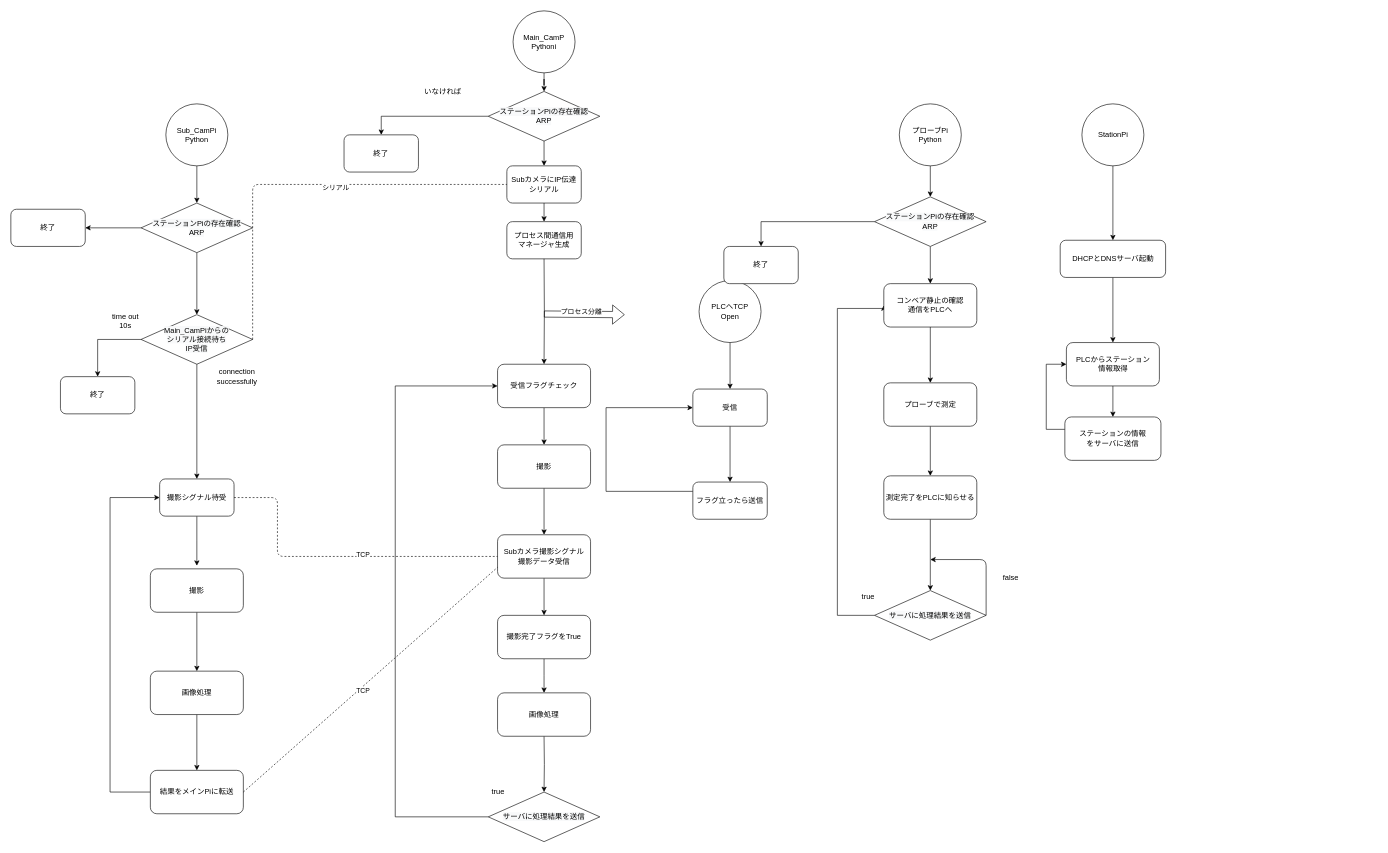
chekke1999/kaihatukadai keeps this draw.io diagram as 設計/フローチャート.drawio. Above is the earlier version. Source tidied: cells renumbered, new cells numbered last; positions are measured from the earlier drawing's top-left corner, leaving out a move shared by most shapes. Both pictures are drawn from the tidied source at 62%, with x=0, y=0 at pixel (11, 11).
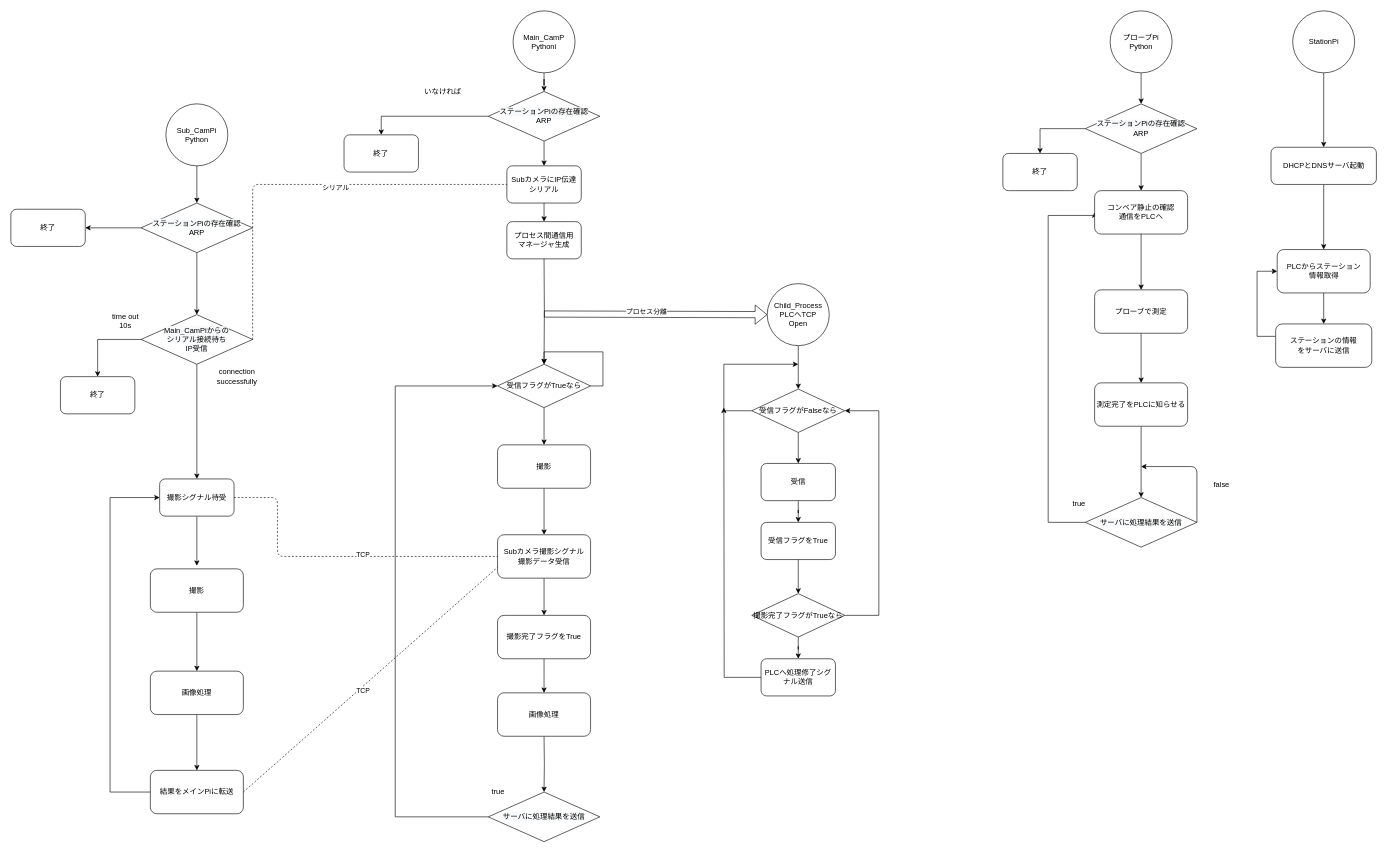
The same diagram, later.

Commit message (it also covers changes not shown here):
フローチャート.drawio を更新します

The change refers to these unchanged cells:
```xml
<mxCell id="6" value="&lt;span style=&quot;color: rgb(0 , 0 , 0) ; font-family: &amp;#34;helvetica&amp;#34; ; font-size: 12px ; font-style: normal ; font-weight: 400 ; letter-spacing: normal ; text-align: center ; text-indent: 0px ; text-transform: none ; word-spacing: 0px ; background-color: rgb(248 , 249 , 250) ; display: inline ; float: none&quot;&gt;サーバに処理結果を送信&lt;br&gt;&lt;/span&gt;" style="rhombus;whiteSpace=wrap;html=1;" parent="1" vertex="1">
  <mxGeometry x="770" y="1260" width="180" height="80" as="geometry" />
</mxCell>
<mxCell id="11" value="撮影" style="rounded=1;whiteSpace=wrap;html=1;" parent="1" vertex="1">
  <mxGeometry x="785" y="700" width="150" height="70" as="geometry" />
</mxCell>
```

Diff of the diagram source:
```diff
@@
-    <mxCell id="5" style="edgeStyle=orthogonalEdgeStyle;rounded=0;jettySize=auto;html=1;entryX=0;entryY=0.5;entryDx=0;entryDy=0;" parent="1" edge="1" source="6" target="9">
+    <mxCell id="5" style="edgeStyle=orthogonalEdgeStyle;rounded=0;jettySize=auto;html=1;entryX=0;entryY=0.5;entryDx=0;entryDy=0;" parent="1" edge="1" source="6" target="90">
       <mxGeometry relative="1" as="geometry">
         <Array as="points">
           <mxPoint x="620" y="1300" />
           <mxPoint x="620" y="605" />
         </Array>
       </mxGeometry>
     </mxCell>
@@
-    <mxCell id="8" style="edgeStyle=orthogonalEdgeStyle;rounded=0;jettySize=auto;html=1;entryX=0.5;entryY=0;entryDx=0;entryDy=0;" parent="1" edge="1" source="9" target="11">
+    <mxCell id="8" style="edgeStyle=orthogonalEdgeStyle;rounded=0;jettySize=auto;html=1;entryX=0.5;entryY=0;entryDx=0;entryDy=0;exitX=0.5;exitY=1;exitDx=0;exitDy=0;" parent="1" edge="1" source="90" target="11">
       <mxGeometry relative="1" as="geometry" />
     </mxCell>
-    <mxCell id="9" value="&lt;span style=&quot;font-family: &amp;#34;helvetica&amp;#34;&quot;&gt;受信フラグチェック&lt;br&gt;&lt;/span&gt;" style="rounded=1;whiteSpace=wrap;html=1;" parent="1" vertex="1">
-      <mxGeometry x="785" y="570" width="150" height="70" as="geometry" />
-    </mxCell>
@@
     <mxCell id="13" value="プローブPi&lt;br&gt;Python" style="ellipse;whiteSpace=wrap;html=1;" parent="1" vertex="1">
-      <mxGeometry x="1433" y="150" width="100" height="100" as="geometry" />
+      <mxGeometry x="1773" width="100" height="100" as="geometry" />
     </mxCell>
@@
     <mxCell id="16" value="プローブで測定" style="rounded=1;whiteSpace=wrap;html=1;" parent="1" vertex="1">
-      <mxGeometry x="1408" y="600" width="150" height="70" as="geometry" />
+      <mxGeometry x="1748" y="450" width="150" height="70" as="geometry" />
     </mxCell>
     <mxCell id="17" style="edgeStyle=orthogonalEdgeStyle;rounded=0;jettySize=auto;html=1;entryX=0;entryY=0.5;entryDx=0;entryDy=0;" parent="1" edge="1" source="18" target="22">
       <mxGeometry relative="1" as="geometry">
         <Array as="points">
-          <mxPoint x="1333.1" y="975" />
-          <mxPoint x="1333.1" y="480" />
-          <mxPoint x="1408.1" y="480" />
+          <mxPoint x="1673.1" y="825" />
+          <mxPoint x="1673.1" y="330" />
+          <mxPoint x="1748.1" y="330" />
         </Array>
       </mxGeometry>
     </mxCell>
     <mxCell id="18" value="&lt;span style=&quot;color: rgb(0 , 0 , 0) ; font-family: &amp;#34;helvetica&amp;#34; ; font-size: 12px ; font-style: normal ; font-weight: 400 ; letter-spacing: normal ; text-align: center ; text-indent: 0px ; text-transform: none ; word-spacing: 0px ; background-color: rgb(248 , 249 , 250) ; display: inline ; float: none&quot;&gt;サーバに処理結果を送信&lt;br&gt;&lt;/span&gt;" style="rhombus;whiteSpace=wrap;html=1;" parent="1" vertex="1">
-      <mxGeometry x="1393" y="935" width="180" height="80" as="geometry" />
+      <mxGeometry x="1733" y="785" width="180" height="80" as="geometry" />
     </mxCell>
     <mxCell id="19" value="true" style="text;html=1;strokeColor=none;fillColor=none;align=center;verticalAlign=middle;whiteSpace=wrap;rounded=0;" parent="1" vertex="1">
-      <mxGeometry x="1363" y="935" width="40" height="20" as="geometry" />
+      <mxGeometry x="1703" y="785" width="40" height="20" as="geometry" />
     </mxCell>
     <mxCell id="20" style="endArrow=classic;html=1;" parent="1" edge="1">
       <mxGeometry relative="1" as="geometry">
-        <mxPoint x="1573" y="975" as="sourcePoint" />
-        <mxPoint x="1483" y="885" as="targetPoint" />
+        <mxPoint x="1913" y="825" as="sourcePoint" />
+        <mxPoint x="1823" y="735" as="targetPoint" />
         <Array as="points">
-          <mxPoint x="1573" y="885" />
+          <mxPoint x="1913" y="735" />
         </Array>
       </mxGeometry>
     </mxCell>
     <mxCell id="21" value="false" style="text;html=1;strokeColor=none;fillColor=none;align=center;verticalAlign=middle;whiteSpace=wrap;rounded=0;" parent="1" vertex="1">
-      <mxGeometry x="1593" y="905" width="40" height="20" as="geometry" />
+      <mxGeometry x="1933" y="755" width="40" height="20" as="geometry" />
     </mxCell>
     <mxCell id="22" value="&lt;span style=&quot;font-family: &amp;#34;helvetica&amp;#34;&quot;&gt;コンベア静止の確認&lt;/span&gt;&lt;br style=&quot;font-family: &amp;#34;helvetica&amp;#34;&quot;&gt;&lt;span style=&quot;font-family: &amp;#34;helvetica&amp;#34;&quot;&gt;通信をPLCへ&lt;/span&gt;" style="rounded=1;whiteSpace=wrap;html=1;" parent="1" vertex="1">
-      <mxGeometry x="1408" y="440" width="150" height="70" as="geometry" />
+      <mxGeometry x="1748" y="290" width="150" height="70" as="geometry" />
     </mxCell>
@@
     <mxCell id="24" value="測定完了をPLCに知らせる" style="rounded=1;whiteSpace=wrap;html=1;" parent="1" vertex="1">
-      <mxGeometry x="1408" y="750" width="150" height="70" as="geometry" />
+      <mxGeometry x="1748" y="600" width="150" height="70" as="geometry" />
     </mxCell>
-    <mxCell id="25" style="edgeStyle=orthogonalEdgeStyle;rounded=0;jettySize=auto;html=1;" parent="1" edge="1" source="26" target="32">
-      <mxGeometry relative="1" as="geometry" />
-    </mxCell>
+    <mxCell id="85" style="edgeStyle=orthogonalEdgeStyle;rounded=0;jettySize=auto;html=1;entryX=0.5;entryY=0;entryDx=0;entryDy=0;" parent="1" edge="1" source="26" target="89">
+      <mxGeometry relative="1" as="geometry" />
+    </mxCell>
-    <mxCell id="26" value="PLCへTCP&lt;br&gt;Open" style="ellipse;whiteSpace=wrap;html=1;" parent="1" vertex="1">
-      <mxGeometry x="1110" y="435" width="100" height="100" as="geometry" />
+    <mxCell id="26" value="Child_Process&lt;br&gt;PLCへTCP&lt;br&gt;Open" style="ellipse;whiteSpace=wrap;html=1;" parent="1" vertex="1">
+      <mxGeometry x="1220" y="440" width="100" height="100" as="geometry" />
     </mxCell>
-    <mxCell id="27" style="edgeStyle=orthogonalEdgeStyle;rounded=0;jettySize=auto;html=1;entryX=0;entryY=0.5;entryDx=0;entryDy=0;" parent="1" edge="1" source="28" target="32">
-      <mxGeometry relative="1" as="geometry">
-        <Array as="points">
-          <mxPoint x="960" y="775" />
-          <mxPoint x="960" y="640" />
-        </Array>
-      </mxGeometry>
-    </mxCell>
+    <mxCell id="86" style="edgeStyle=orthogonalEdgeStyle;rounded=0;jettySize=auto;html=1;entryX=0.5;entryY=0;entryDx=0;entryDy=0;" parent="1" edge="1" source="28" target="94">
+      <mxGeometry relative="1" as="geometry" />
+    </mxCell>
-    <mxCell id="28" value="フラグ立ったら送信" style="rounded=1;whiteSpace=wrap;html=1;" parent="1" vertex="1">
-      <mxGeometry x="1100" y="760" width="120" height="60" as="geometry" />
+    <mxCell id="28" value="受信フラグをTrue" style="rounded=1;whiteSpace=wrap;html=1;" parent="1" vertex="1">
+      <mxGeometry x="1210" y="825" width="120" height="60" as="geometry" />
     </mxCell>
-    <mxCell id="29" style="shape=flexArrow;endArrow=classic;html=1;" parent="1" edge="1">
+    <mxCell id="29" style="shape=flexArrow;endArrow=classic;html=1;entryX=0;entryY=0.5;entryDx=0;entryDy=0;" parent="1" edge="1" target="26">
       <mxGeometry relative="1" as="geometry">
         <mxPoint x="860" y="489" as="sourcePoint" />
-        <mxPoint x="990" y="490" as="targetPoint" />
       </mxGeometry>
     </mxCell>
@@
     <mxCell id="32" value="受信" style="rounded=1;whiteSpace=wrap;html=1;" parent="1" vertex="1">
-      <mxGeometry x="1100" y="610" width="120" height="60" as="geometry" />
+      <mxGeometry x="1210" y="730" width="120" height="60" as="geometry" />
     </mxCell>
@@
     <mxCell id="36" value="PLCからステーション&lt;br&gt;情報取得" style="rounded=1;whiteSpace=wrap;html=1;" parent="1" vertex="1">
-      <mxGeometry x="1702.5" y="535" width="150" height="70" as="geometry" />
+      <mxGeometry x="2042.5" y="385" width="150" height="70" as="geometry" />
     </mxCell>
     <mxCell id="37" style="edgeStyle=orthogonalEdgeStyle;rounded=0;jettySize=auto;html=1;entryX=0;entryY=0.5;entryDx=0;entryDy=0;" parent="1" edge="1" source="38" target="36">
       <mxGeometry relative="1" as="geometry">
         <Array as="points">
-          <mxPoint x="1670" y="675" />
-          <mxPoint x="1670" y="570" />
+          <mxPoint x="2010" y="525" />
+          <mxPoint x="2010" y="420" />
         </Array>
       </mxGeometry>
     </mxCell>
     <mxCell id="38" value="ステーションの情報&lt;br&gt;をサーバに送信" style="rounded=1;whiteSpace=wrap;html=1;" parent="1" vertex="1">
-      <mxGeometry x="1700" y="655" width="155" height="70" as="geometry" />
+      <mxGeometry x="2040" y="505" width="155" height="70" as="geometry" />
     </mxCell>
@@
     <mxCell id="67" value="終了" style="rounded=1;whiteSpace=wrap;html=1;" parent="1" vertex="1">
-      <mxGeometry x="1150" y="380" width="120" height="60" as="geometry" />
+      <mxGeometry x="1600" y="230" width="120" height="60" as="geometry" />
     </mxCell>
@@
     <mxCell id="70" value="&lt;span style=&quot;color: rgb(0 , 0 , 0) ; font-family: &amp;#34;helvetica&amp;#34; ; font-size: 12px ; font-style: normal ; font-weight: 400 ; letter-spacing: normal ; text-align: center ; text-indent: 0px ; text-transform: none ; word-spacing: 0px ; background-color: rgb(248 , 249 , 250) ; display: inline ; float: none&quot;&gt;ステーションPiの存在確認&lt;br&gt;ARP&lt;br&gt;&lt;/span&gt;" style="rhombus;whiteSpace=wrap;html=1;" parent="1" vertex="1">
-      <mxGeometry x="1393" y="300" width="180" height="80" as="geometry" />
+      <mxGeometry x="1733" y="150" width="180" height="80" as="geometry" />
     </mxCell>
@@
     <mxCell id="72" value="StationPi" style="ellipse;whiteSpace=wrap;html=1;" parent="1" vertex="1">
-      <mxGeometry x="1727.5" y="150" width="100" height="100" as="geometry" />
+      <mxGeometry x="2067.5" width="100" height="100" as="geometry" />
     </mxCell>
@@
     <mxCell id="74" value="DHCPとDNSサーバ起動" style="rounded=1;whiteSpace=wrap;html=1;" parent="1" vertex="1">
-      <mxGeometry x="1692.5" y="370" width="170" height="60" as="geometry" />
+      <mxGeometry x="2032.5" y="220" width="170" height="60" as="geometry" />
     </mxCell>
@@
-    <mxCell id="84" style="edgeStyle=orthogonalEdgeStyle;rounded=0;jettySize=auto;html=1;exitX=0.5;exitY=1;exitDx=0;exitDy=0;entryX=0.5;entryY=0;entryDx=0;entryDy=0;" parent="1" edge="1" target="9">
+    <mxCell id="84" style="edgeStyle=orthogonalEdgeStyle;rounded=0;jettySize=auto;html=1;exitX=0.5;exitY=1;exitDx=0;exitDy=0;entryX=0.5;entryY=0;entryDx=0;entryDy=0;" parent="1" edge="1" target="90">
       <mxGeometry relative="1" as="geometry">
         <mxPoint x="860" y="400" as="sourcePoint" />
       </mxGeometry>
     </mxCell>
+    <mxCell id="87" style="edgeStyle=orthogonalEdgeStyle;rounded=0;jettySize=auto;html=1;entryX=0.5;entryY=0;entryDx=0;entryDy=0;" parent="1" edge="1" source="89" target="32">
+      <mxGeometry relative="1" as="geometry" />
+    </mxCell>
+    <mxCell id="88" style="edgeStyle=orthogonalEdgeStyle;rounded=0;jettySize=auto;html=1;" parent="1" edge="1" source="89">
+      <mxGeometry relative="1" as="geometry">
+        <mxPoint x="1270" y="570" as="targetPoint" />
+        <Array as="points">
+          <mxPoint x="1150" y="645" />
+          <mxPoint x="1150" y="570" />
+          <mxPoint x="1218" y="570" />
+        </Array>
+      </mxGeometry>
+    </mxCell>
+    <mxCell id="89" value="受信フラグがFalseなら" style="rhombus;whiteSpace=wrap;html=1;" parent="1" vertex="1">
+      <mxGeometry x="1195" y="610" width="150" height="70" as="geometry" />
+    </mxCell>
+    <mxCell id="90" value="受信フラグがTrueなら" style="rhombus;whiteSpace=wrap;html=1;" parent="1" vertex="1">
+      <mxGeometry x="785" y="570" width="150" height="70" as="geometry" />
+    </mxCell>
+    <mxCell id="91" style="edgeStyle=orthogonalEdgeStyle;rounded=0;jettySize=auto;html=1;exitX=1;exitY=0.5;exitDx=0;exitDy=0;" parent="1" edge="1" source="90">
+      <mxGeometry relative="1" as="geometry">
+        <mxPoint x="860" y="570" as="targetPoint" />
+        <Array as="points">
+          <mxPoint x="955" y="605" />
+          <mxPoint x="955" y="550" />
+          <mxPoint x="860" y="550" />
+        </Array>
+      </mxGeometry>
+    </mxCell>
+    <mxCell id="92" style="edgeStyle=orthogonalEdgeStyle;rounded=0;jettySize=auto;html=1;entryX=0.5;entryY=0;entryDx=0;entryDy=0;" parent="1" edge="1" source="94" target="96">
+      <mxGeometry relative="1" as="geometry" />
+    </mxCell>
+    <mxCell id="93" style="edgeStyle=orthogonalEdgeStyle;rounded=0;jettySize=auto;html=1;entryX=1;entryY=0.5;entryDx=0;entryDy=0;" parent="1" edge="1" source="94" target="89">
+      <mxGeometry relative="1" as="geometry">
+        <Array as="points">
+          <mxPoint x="1400" y="975" />
+          <mxPoint x="1400" y="645" />
+        </Array>
+      </mxGeometry>
+    </mxCell>
+    <mxCell id="94" value="撮影完了フラグがTrueなら" style="rhombus;whiteSpace=wrap;html=1;" parent="1" vertex="1">
+      <mxGeometry x="1195" y="940" width="150" height="70" as="geometry" />
+    </mxCell>
+    <mxCell id="95" style="edgeStyle=orthogonalEdgeStyle;rounded=0;jettySize=auto;html=1;" parent="1" edge="1" source="96">
+      <mxGeometry relative="1" as="geometry">
+        <mxPoint x="1150" y="640" as="targetPoint" />
+      </mxGeometry>
+    </mxCell>
+    <mxCell id="96" value="PLCへ処理修了シグナル送信" style="rounded=1;whiteSpace=wrap;html=1;" parent="1" vertex="1">
+      <mxGeometry x="1210" y="1045" width="120" height="60" as="geometry" />
+    </mxCell>
```
